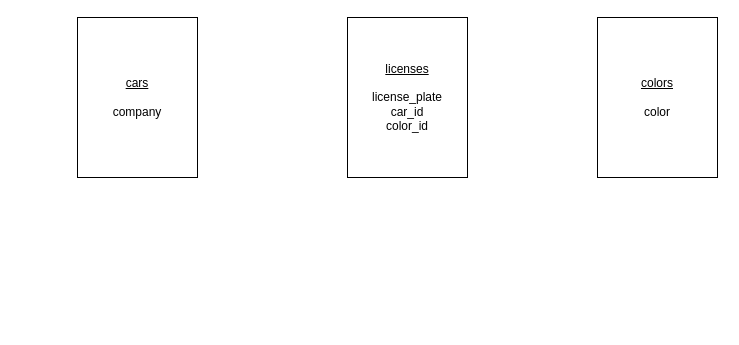
Earlier version of the draw.io diagram server/erd.drawio (rachelAtFlatiron/east-se-041023-sqlalchemy-review). Source tidied: cells renumbered, new cells numbered last; positions are measured from the earlier drawing's top-left corner, leaving out a move shared by most shapes. Both pictures are drawn from the tidied source at 100%, with x=0, y=0 at pixel (77, 17).
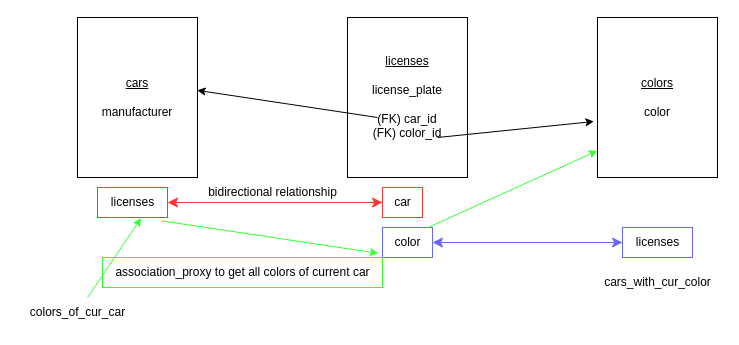
The same page after the edit.

The change refers to these unchanged cells:
```xml
<mxCell id="3" value="&lt;u&gt;colors&lt;br&gt;&lt;/u&gt;&lt;br&gt;color" style="whiteSpace=wrap;html=1;" parent="1" vertex="1">
  <mxGeometry x="520" width="120" height="160" as="geometry" />
</mxCell>
```

What changed in the source:
```diff
@@
-    <mxCell id="2" value="&lt;u&gt;cars&lt;br&gt;&lt;/u&gt;&lt;br&gt;company" style="whiteSpace=wrap;html=1;" parent="1" vertex="1">
+    <mxCell id="2" value="&lt;u&gt;cars&lt;br&gt;&lt;/u&gt;&lt;br&gt;manufacturer" style="whiteSpace=wrap;html=1;" parent="1" vertex="1">
       <mxGeometry width="120" height="160" as="geometry" />
     </mxCell>
@@
-    <mxCell id="4" value="&lt;u&gt;licenses&lt;/u&gt;&lt;br&gt;&lt;br&gt;license_plate&lt;br&gt;car_id&lt;br&gt;color_id&lt;br&gt;" style="whiteSpace=wrap;html=1;" parent="1" vertex="1">
+    <mxCell id="4" value="&lt;u&gt;licenses&lt;/u&gt;&lt;br&gt;&lt;br&gt;license_plate&lt;br&gt;&lt;br&gt;(FK) car_id&lt;br&gt;(FK) color_id" style="whiteSpace=wrap;html=1;" parent="1" vertex="1">
       <mxGeometry x="270" width="120" height="160" as="geometry" />
     </mxCell>
+    <mxCell id="5" style="edgeStyle=none;jettySize=auto;html=1;exitX=0.75;exitY=0.75;exitDx=0;exitDy=0;exitPerimeter=0;entryX=-0.03;entryY=0.65;entryDx=0;entryDy=0;entryPerimeter=0;" parent="1" edge="1" source="4" target="3">
+      <mxGeometry relative="1" as="geometry" />
+    </mxCell>
+    <mxCell id="6" style="edgeStyle=none;jettySize=auto;html=1;entryX=0.997;entryY=0.455;entryDx=0;entryDy=0;entryPerimeter=0;exitX=0.25;exitY=0.625;exitDx=0;exitDy=0;exitPerimeter=0;" parent="1" edge="1" source="4" target="2">
+      <mxGeometry relative="1" as="geometry" />
+    </mxCell>
+    <mxCell id="7" value="car" style="text;html=1;align=center;verticalAlign=middle;strokeColor=#FF3333;fillColor=none;" parent="1" vertex="1">
+      <mxGeometry x="305" y="170" width="40" height="30" as="geometry" />
+    </mxCell>
+    <mxCell id="8" value="licenses" style="text;html=1;align=center;verticalAlign=middle;points=[];strokeColor=#FF3333;fillColor=none;" parent="1" vertex="1">
+      <mxGeometry x="20" y="170" width="70" height="30" as="geometry" />
+    </mxCell>
+    <mxCell id="9" style="edgeStyle=none;jettySize=auto;html=1;endArrow=classic;startArrow=classic;endSize=8;startSize=8;strokeColor=#FF3333;" parent="1" edge="1" source="8">
+      <mxGeometry relative="1" as="geometry">
+        <mxPoint x="305" y="185" as="targetPoint" />
+      </mxGeometry>
+    </mxCell>
+    <mxCell id="10" value="bidirectional relationship" style="text;html=1;align=center;verticalAlign=middle;strokeColor=none;fillColor=none;" parent="1" vertex="1">
+      <mxGeometry x="120" y="160" width="150" height="30" as="geometry" />
+    </mxCell>
+    <mxCell id="11" value="color" style="text;html=1;align=center;verticalAlign=middle;points=[];strokeColor=#6666FF;fillColor=none;" parent="1" vertex="1">
+      <mxGeometry x="305" y="210" width="50" height="30" as="geometry" />
+    </mxCell>
+    <mxCell id="12" value="licenses" style="text;html=1;align=center;verticalAlign=middle;points=[];strokeColor=#6666FF;fillColor=none;" parent="1" vertex="1">
+      <mxGeometry x="545" y="210" width="70" height="30" as="geometry" />
+    </mxCell>
+    <mxCell id="13" style="edgeStyle=none;jettySize=auto;html=1;endArrow=classic;startArrow=classic;endSize=8;startSize=8;strokeColor=#6666FF;" parent="1" edge="1" target="12">
+      <mxGeometry relative="1" as="geometry">
+        <mxPoint x="355" y="225" as="sourcePoint" />
+      </mxGeometry>
+    </mxCell>
+    <mxCell id="14" value="colors_of_cur_car" style="text;html=1;align=center;verticalAlign=middle;points=[];strokeColor=none;fillColor=none;" parent="1" vertex="1">
+      <mxGeometry x="-60" y="280" width="120" height="30" as="geometry" />
+    </mxCell>
+    <mxCell id="15" value="cars_with_cur_color" style="text;html=1;align=center;verticalAlign=middle;strokeColor=none;fillColor=none;" parent="1" vertex="1">
+      <mxGeometry x="515" y="250" width="130" height="30" as="geometry" />
+    </mxCell>
+    <mxCell id="16" style="edgeStyle=none;jettySize=auto;html=1;strokeColor=#33FF33;entryX=0.623;entryY=1.019;entryDx=0;entryDy=0;entryPerimeter=0;" parent="1" edge="1" source="14" target="8">
+      <mxGeometry relative="1" as="geometry" />
+    </mxCell>
+    <mxCell id="17" style="edgeStyle=none;jettySize=auto;html=1;strokeColor=#33FF33;exitX=0.922;exitY=1.114;exitDx=0;exitDy=0;exitPerimeter=0;entryX=-0.085;entryY=0.86;entryDx=0;entryDy=0;entryPerimeter=0;" parent="1" edge="1" source="8" target="11">
+      <mxGeometry relative="1" as="geometry" />
+    </mxCell>
+    <mxCell id="18" style="edgeStyle=none;jettySize=auto;html=1;strokeColor=#33FF33;exitX=0.908;exitY=0.004;exitDx=0;exitDy=0;exitPerimeter=0;entryX=-0.001;entryY=0.833;entryDx=0;entryDy=0;entryPerimeter=0;" parent="1" edge="1" source="11" target="3">
+      <mxGeometry relative="1" as="geometry" />
+    </mxCell>
+    <mxCell id="19" value="association_proxy to get all colors of current car" style="text;html=1;align=center;verticalAlign=middle;strokeColor=#33FF33;fillColor=none;" parent="1" vertex="1">
+      <mxGeometry x="25" y="240" width="280" height="30" as="geometry" />
+    </mxCell>
```
